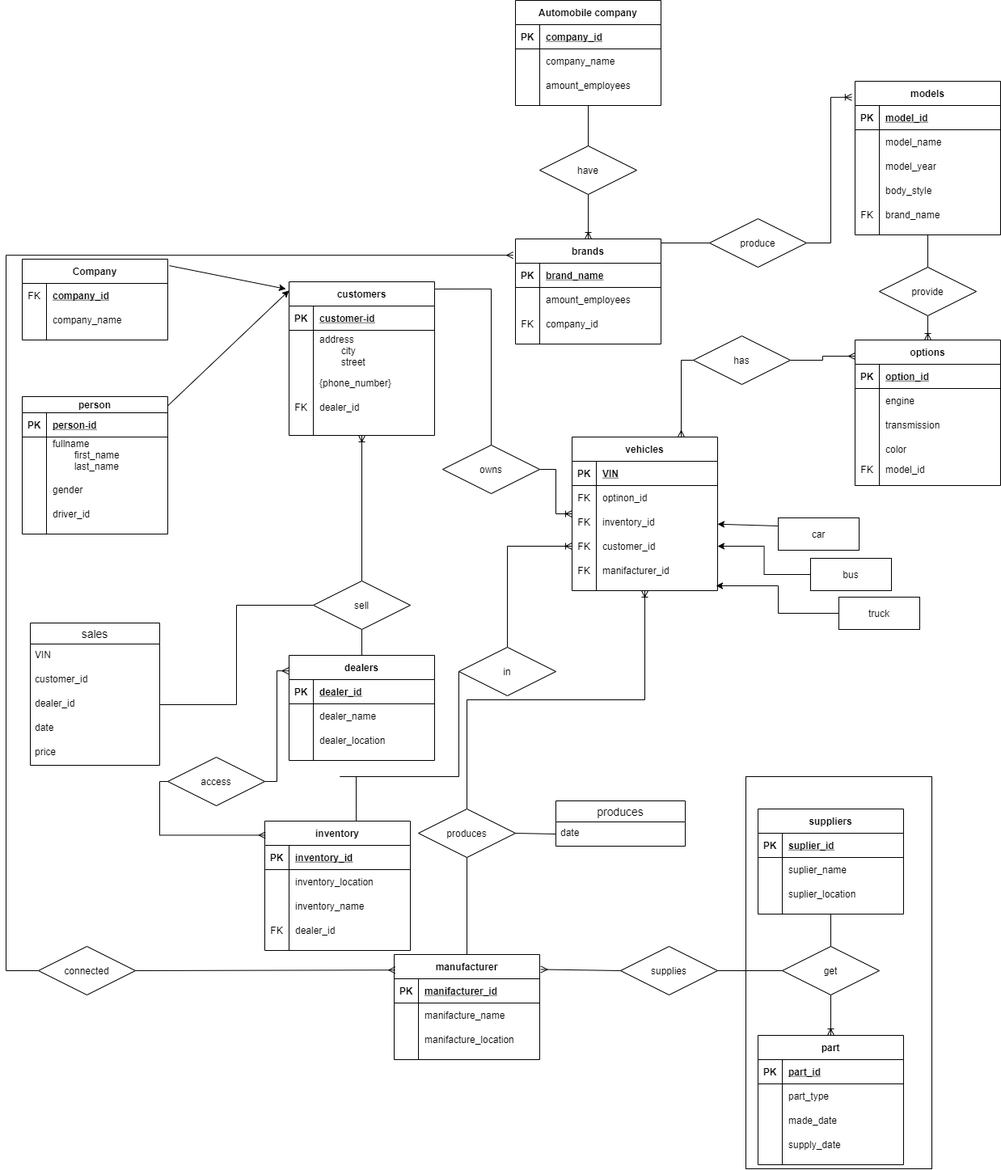
dari-kayoo/Database keeps this draw.io diagram as Project/Project.drawio.png. Above is the earlier version. Source tidied: cells renumbered, new cells last; positions are measured from the earlier drawing's top-left corner, leaving out a move shared by most shapes.
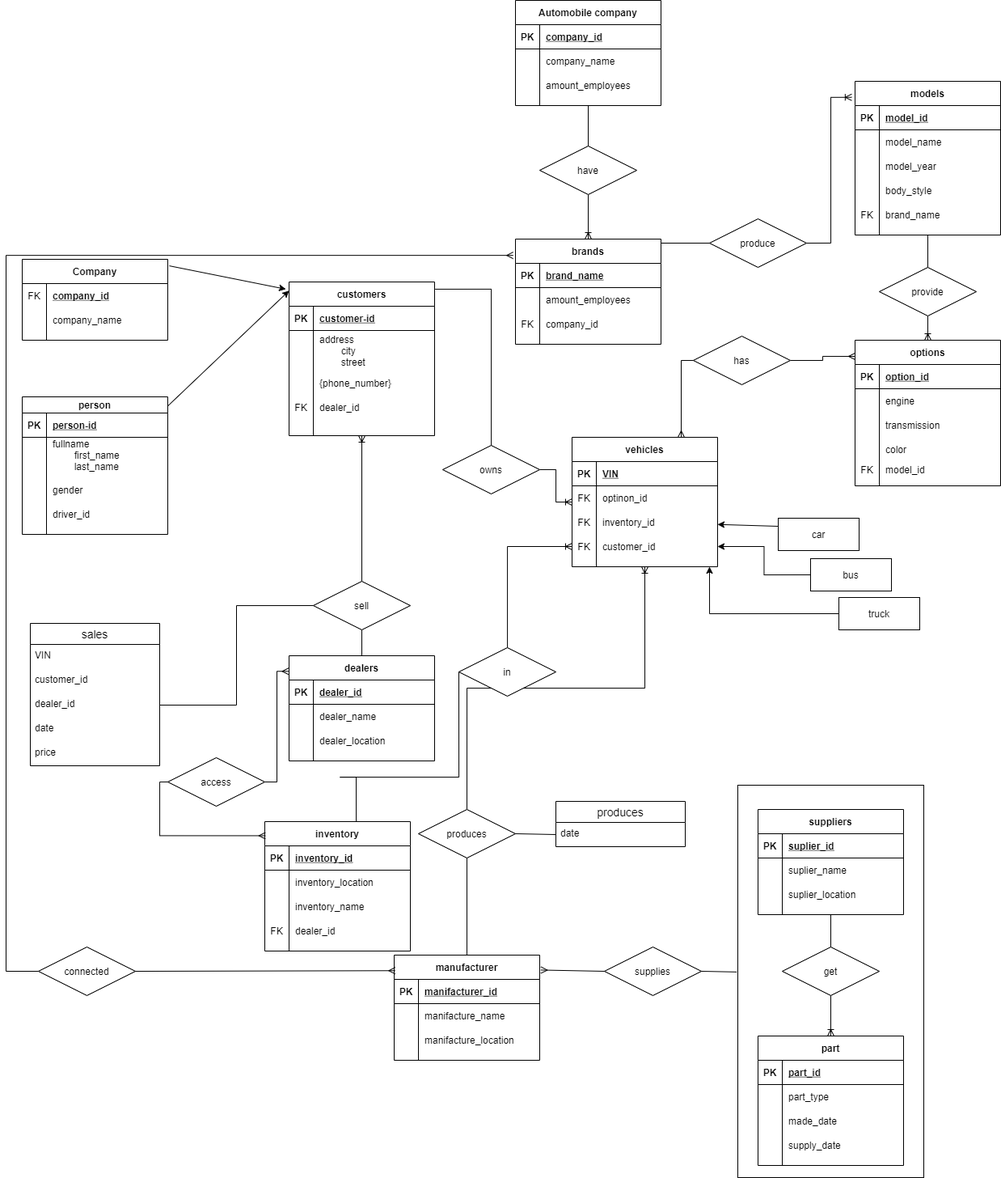
After the commit.

The edit, as a diff of the source:
```diff
@@ -3,7 +3,7 @@
     <mxCell id="0" />
     <mxCell id="1" parent="0" />
     <mxCell id="2" value="vehicles" style="shape=table;startSize=30;rowLines=0;fontStyle=1;align=center;" parent="1" vertex="1">
-      <mxGeometry x="700" y="540" width="180" height="190" as="geometry" />
+      <mxGeometry x="700" y="540" width="180" height="160" as="geometry" />
     </mxCell>
     <mxCell id="3" style="shape=partialRectangle;fillColor=none;top=0;left=0;bottom=1;right=0;" parent="2" vertex="1">
       <mxGeometry y="30" width="180" height="30" as="geometry" />
@@ -41,15 +41,6 @@
     <mxCell id="14" value="customer_id" style="shape=partialRectangle;fillColor=none;top=0;left=0;bottom=0;right=0;align=left;spacingLeft=6;fontStyle=0;overflow=hidden;" parent="12" vertex="1">
       <mxGeometry x="30" width="150" height="30" as="geometry" />
     </mxCell>
-    <mxCell id="15" style="shape=partialRectangle;fillColor=none;top=0;left=0;bottom=0;right=0;points=[[0,0.5],[1,0.5]];portConstraint=eastwest;" parent="2" vertex="1">
-      <mxGeometry y="150" width="180" height="30" as="geometry" />
-    </mxCell>
-    <mxCell id="16" value="FK" style="shape=partialRectangle;fillColor=none;top=0;left=0;bottom=0;right=0;fontStyle=0;overflow=hidden;" parent="15" vertex="1">
-      <mxGeometry width="30" height="30" as="geometry" />
-    </mxCell>
-    <mxCell id="17" value="manifacturer_id" style="shape=partialRectangle;fillColor=none;top=0;left=0;bottom=0;right=0;align=left;spacingLeft=6;fontStyle=0;overflow=hidden;" parent="15" vertex="1">
-      <mxGeometry x="30" width="150" height="30" as="geometry" />
-    </mxCell>
     <mxCell id="18" value="brands" style="shape=table;startSize=30;rowLines=0;fontStyle=1;align=center;" parent="1" vertex="1">
       <mxGeometry x="630" y="295" width="180" height="130" as="geometry" />
     </mxCell>
@@ -415,7 +406,7 @@
       <mxGeometry relative="1" as="geometry" />
     </mxCell>
     <mxCell id="137" value="supplies" style="shape=rhombus;perimeter=rhombusPerimeter;whiteSpace=wrap;html=1;align=center;" parent="1" vertex="1">
-      <mxGeometry x="760" y="1170" width="120" height="60" as="geometry" />
+      <mxGeometry x="740" y="1170" width="120" height="60" as="geometry" />
     </mxCell>
     <mxCell id="138" style="fontSize=12;html=1;endArrow=none;startArrow=ERmany;rounded=0;exitX=1.008;exitY=0.142;exitDx=0;exitDy=0;exitPerimeter=0;entryX=0;entryY=0.5;entryDx=0;entryDy=0;" parent="1" edge="1" source="93" target="137">
       <mxGeometry relative="1" as="geometry" />
@@ -617,8 +608,10 @@
     <mxCell id="202" value="driver_id" style="shape=partialRectangle;fillColor=none;top=0;left=0;bottom=0;right=0;align=left;spacingLeft=6;overflow=hidden;" parent="200" vertex="1">
       <mxGeometry x="30" width="150" height="30" as="geometry" />
     </mxCell>
-    <mxCell id="203" style="edgeStyle=orthogonalEdgeStyle;rounded=0;jettySize=auto;html=1;exitX=0;exitY=0.5;exitDx=0;exitDy=0;entryX=0.989;entryY=1.133;entryDx=0;entryDy=0;entryPerimeter=0;" parent="1" edge="1" source="204" target="15">
-      <mxGeometry relative="1" as="geometry" />
+    <mxCell id="203" style="edgeStyle=orthogonalEdgeStyle;rounded=0;jettySize=auto;html=1;exitX=0;exitY=0.5;exitDx=0;exitDy=0;" parent="1" edge="1" source="204">
+      <mxGeometry relative="1" as="geometry">
+        <mxPoint x="870" y="700" as="targetPoint" />
+      </mxGeometry>
     </mxCell>
     <mxCell id="204" value="truck" style="whiteSpace=wrap;html=1;align=center;" parent="1" vertex="1">
       <mxGeometry x="1030" y="738" width="100" height="40" as="geometry" />
@@ -644,11 +637,11 @@
     <mxCell id="211" style="fontSize=12;html=1;endArrow=none;rounded=0;elbow=vertical;entryX=0.5;entryY=0;entryDx=0;entryDy=0;exitX=0.5;exitY=1;exitDx=0;exitDy=0;" parent="1" edge="1" source="83" target="210">
       <mxGeometry relative="1" as="geometry" />
     </mxCell>
-    <mxCell id="212" style="endArrow=none;html=1;rounded=0;elbow=vertical;entryX=0;entryY=0.5;entryDx=0;entryDy=0;exitX=1;exitY=0.5;exitDx=0;exitDy=0;" parent="1" edge="1" source="137" target="210">
-      <mxGeometry relative="1" as="geometry" />
-    </mxCell>
     <mxCell id="213" style="rounded=0;whiteSpace=wrap;html=1;fillColor=none;" parent="1" vertex="1">
-      <mxGeometry x="915" y="960" width="230" height="485" as="geometry" />
+      <mxGeometry x="905" y="970" width="230" height="485" as="geometry" />
     </mxCell>
+    <mxCell id="214" style="endArrow=none;html=1;rounded=0;entryX=-0.006;entryY=0.476;entryDx=0;entryDy=0;entryPerimeter=0;exitX=1;exitY=0.5;exitDx=0;exitDy=0;" parent="1" edge="1" source="137" target="213">
+      <mxGeometry relative="1" as="geometry" />
+    </mxCell>
   </root>
 </mxGraphModel>
```
